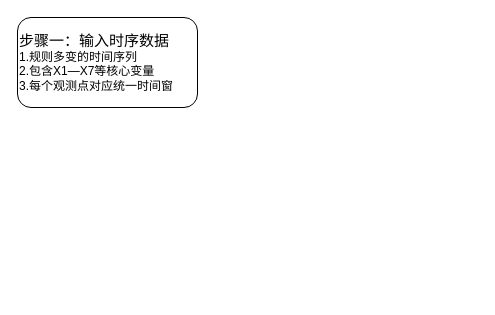
Earlier version of the draw.io diagram 未命名绘图.drawio (suerzzh/Social-Media-Event-Propagation-Analysis-Based-on-Causal-Inference). Source tidied: cells renumbered, new cells numbered last; positions are measured from the earlier drawing's top-left corner, leaving out a move shared by most shapes. Both pictures are drawn from the tidied source at 100%, with x=0, y=0 at pixel (17, 17).
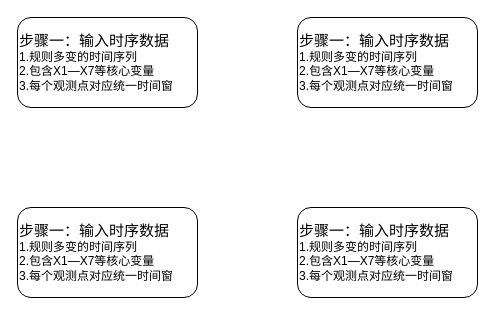
Above is the later version.

Commit message (it also covers changes not shown here):
更新未命名绘图.drawio

Diff of the diagram source:
```diff
@@
 <mxGraphModel>
   <root>
     <mxCell id="0" />
     <mxCell id="1" parent="0" />
     <mxCell id="2" value="&lt;font style=&quot;font-size: 15px;&quot;&gt;步骤一：输入时序数据&lt;/font&gt;&lt;div&gt;1.规则多变的时间序列&lt;/div&gt;&lt;div&gt;2.包含X1—X7等核心变量&lt;/div&gt;&lt;div&gt;3.每个观测点对应统一时间窗&lt;/div&gt;" style="rounded=1;whiteSpace=wrap;html=1;align=left;" parent="1" vertex="1">
       <mxGeometry width="180" height="90" as="geometry" />
     </mxCell>
+    <mxCell id="3" value="&lt;font style=&quot;font-size: 15px;&quot;&gt;步骤一：输入时序数据&lt;/font&gt;&lt;div&gt;1.规则多变的时间序列&lt;/div&gt;&lt;div&gt;2.包含X1—X7等核心变量&lt;/div&gt;&lt;div&gt;3.每个观测点对应统一时间窗&lt;/div&gt;" style="rounded=1;whiteSpace=wrap;html=1;align=left;" parent="1" vertex="1">
+      <mxGeometry x="280" width="180" height="90" as="geometry" />
+    </mxCell>
+    <mxCell id="4" value="&lt;font style=&quot;font-size: 15px;&quot;&gt;步骤一：输入时序数据&lt;/font&gt;&lt;div&gt;1.规则多变的时间序列&lt;/div&gt;&lt;div&gt;2.包含X1—X7等核心变量&lt;/div&gt;&lt;div&gt;3.每个观测点对应统一时间窗&lt;/div&gt;" style="rounded=1;whiteSpace=wrap;html=1;align=left;" parent="1" vertex="1">
+      <mxGeometry x="280" y="190" width="180" height="90" as="geometry" />
+    </mxCell>
+    <mxCell id="5" value="&lt;font style=&quot;font-size: 15px;&quot;&gt;步骤一：输入时序数据&lt;/font&gt;&lt;div&gt;1.规则多变的时间序列&lt;/div&gt;&lt;div&gt;2.包含X1—X7等核心变量&lt;/div&gt;&lt;div&gt;3.每个观测点对应统一时间窗&lt;/div&gt;" style="rounded=1;whiteSpace=wrap;html=1;align=left;" parent="1" vertex="1">
+      <mxGeometry y="190" width="180" height="90" as="geometry" />
+    </mxCell>
   </root>
 </mxGraphModel>
```
